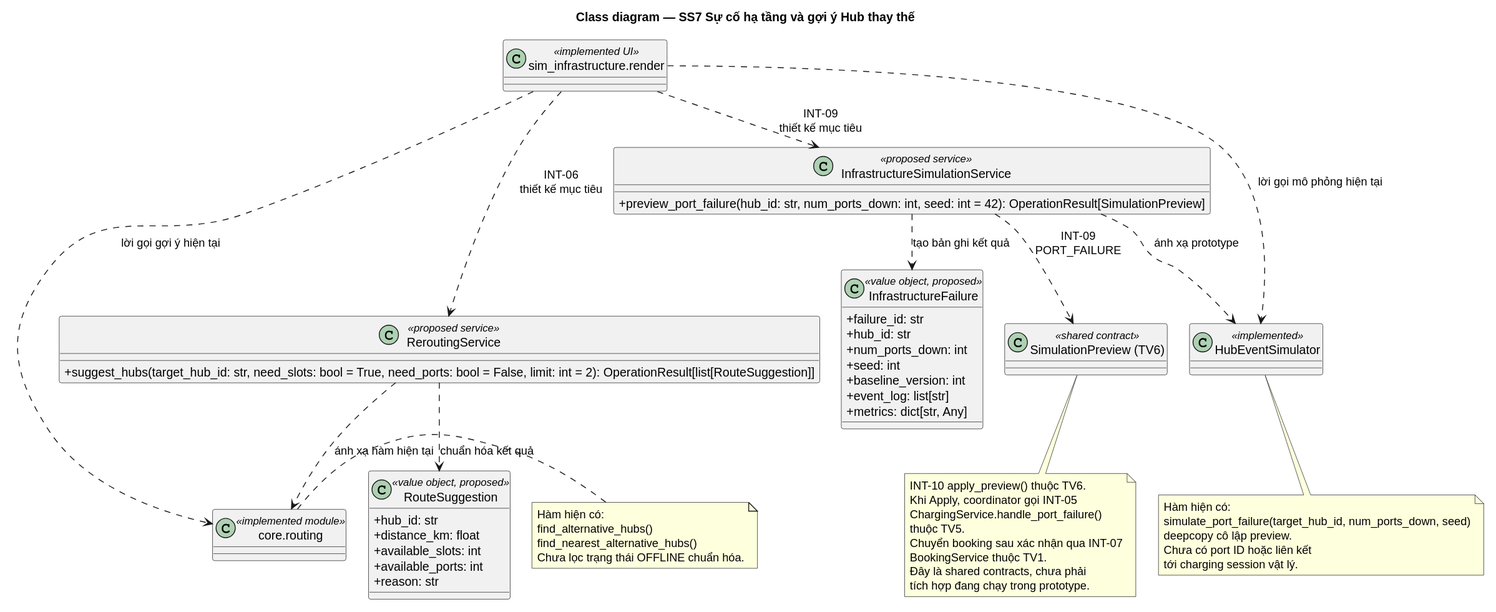
The PlantUML diagram docs/diagrams/submission_3/SS7/class_diagram.svg in Dat-nguyen195/BTL_CNPM, before a commit. The source it was exported from:
```plantuml
@startuml
top to bottom direction
skinparam backgroundColor white
skinparam shadowing false
skinparam defaultFontName SansSerif
skinparam classAttributeIconSize 0
skinparam nodesep 25
skinparam ranksep 30
title Class diagram — SS7 Sự cố hạ tầng và gợi ý Hub thay thế

class InfrastructureFailure <<value object, proposed>> {
  +failure_id: str
  +hub_id: str
  +num_ports_down: int
  +seed: int
  +baseline_version: int
  +event_log: list[str]
  +metrics: dict[str, Any]
}

class InfrastructureSimulationService <<proposed service>> {
  +preview_port_failure(hub_id: str, num_ports_down: int, seed: int = 42): OperationResult[SimulationPreview]
}

class ReroutingService <<proposed service>> {
  +suggest_hubs(target_hub_id: str, need_slots: bool = True, need_ports: bool = False, limit: int = 2): OperationResult[list[RouteSuggestion]]
}

class RouteSuggestion <<value object, proposed>> {
  +hub_id: str
  +distance_km: float
  +available_slots: int
  +available_ports: int
  +reason: str
}

class HubEventSimulator <<implemented>> {
}

class "core.routing" as RoutingModule <<implemented module>>
class "sim_infrastructure.render" as SS7UI <<implemented UI>>
class "SimulationPreview (TV6)" as SimulationPreview <<shared contract>>

InfrastructureSimulationService ..> InfrastructureFailure : tạo bản ghi kết quả
InfrastructureSimulationService ..> HubEventSimulator : ánh xạ prototype
InfrastructureSimulationService ..> SimulationPreview : INT-09\nPORT_FAILURE
ReroutingService ..> RoutingModule : ánh xạ hàm hiện tại
ReroutingService ..> RouteSuggestion : chuẩn hóa kết quả
InfrastructureSimulationService -[hidden]down-> ReroutingService

SS7UI ..> HubEventSimulator : lời gọi mô phỏng hiện tại
SS7UI ..> RoutingModule : lời gọi gợi ý hiện tại
SS7UI ..> InfrastructureSimulationService : INT-09\nthiết kế mục tiêu
SS7UI ..> ReroutingService : INT-06\nthiết kế mục tiêu

note right of RoutingModule
  Hàm hiện có:
  find_alternative_hubs()
  find_nearest_alternative_hubs()
  Chưa lọc trạng thái OFFLINE chuẩn hóa.
end note

note bottom of SimulationPreview
  INT-10 apply_preview() thuộc TV6.
  Khi Apply, coordinator gọi INT-05
  ChargingService.handle_port_failure()
  thuộc TV5.
  Chuyển booking sau xác nhận qua INT-07
  BookingService thuộc TV1.
  Đây là shared contracts, chưa phải
  tích hợp đang chạy trong prototype.
end note

note bottom of HubEventSimulator
  Hàm hiện có:
  simulate_port_failure(target_hub_id, num_ports_down, seed)
  deepcopy cô lập preview.
  Chưa có port ID hoặc liên kết
  tới charging session vật lý.
end note
@enduml
```
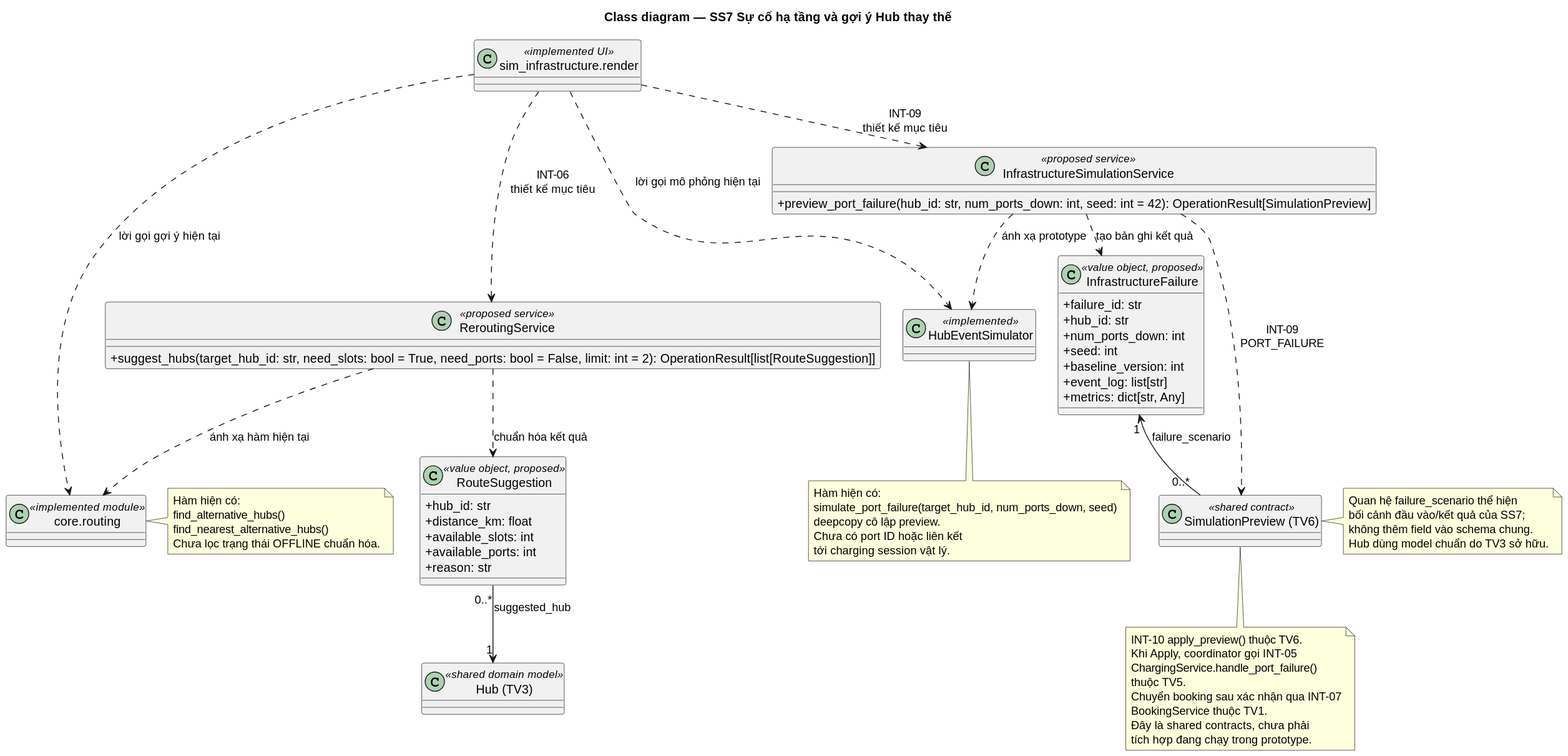
After the commit.

The edit, as a diff of the source:
```diff
@@ -40,12 +40,15 @@
 class "core.routing" as RoutingModule <<implemented module>>
 class "sim_infrastructure.render" as SS7UI <<implemented UI>>
 class "SimulationPreview (TV6)" as SimulationPreview <<shared contract>>
+class "Hub (TV3)" as Hub <<shared domain model>>
 
 InfrastructureSimulationService ..> InfrastructureFailure : tạo bản ghi kết quả
 InfrastructureSimulationService ..> HubEventSimulator : ánh xạ prototype
 InfrastructureSimulationService ..> SimulationPreview : INT-09\nPORT_FAILURE
 ReroutingService ..> RoutingModule : ánh xạ hàm hiện tại
 ReroutingService ..> RouteSuggestion : chuẩn hóa kết quả
+InfrastructureFailure "1" <-- "0..*" SimulationPreview : failure_scenario
+RouteSuggestion "0..*" --> "1" Hub : suggested_hub
 InfrastructureSimulationService -[hidden]down-> ReroutingService
 
 SS7UI ..> HubEventSimulator : lời gọi mô phỏng hiện tại
@@ -71,6 +74,13 @@
   tích hợp đang chạy trong prototype.
 end note
 
+note right of SimulationPreview
+  Quan hệ failure_scenario thể hiện
+  bối cảnh đầu vào/kết quả của SS7;
+  không thêm field vào schema chung.
+  Hub dùng model chuẩn do TV3 sở hữu.
+end note
+
 note bottom of HubEventSimulator
   Hàm hiện có:
   simulate_port_failure(target_hub_id, num_ports_down, seed)
```
